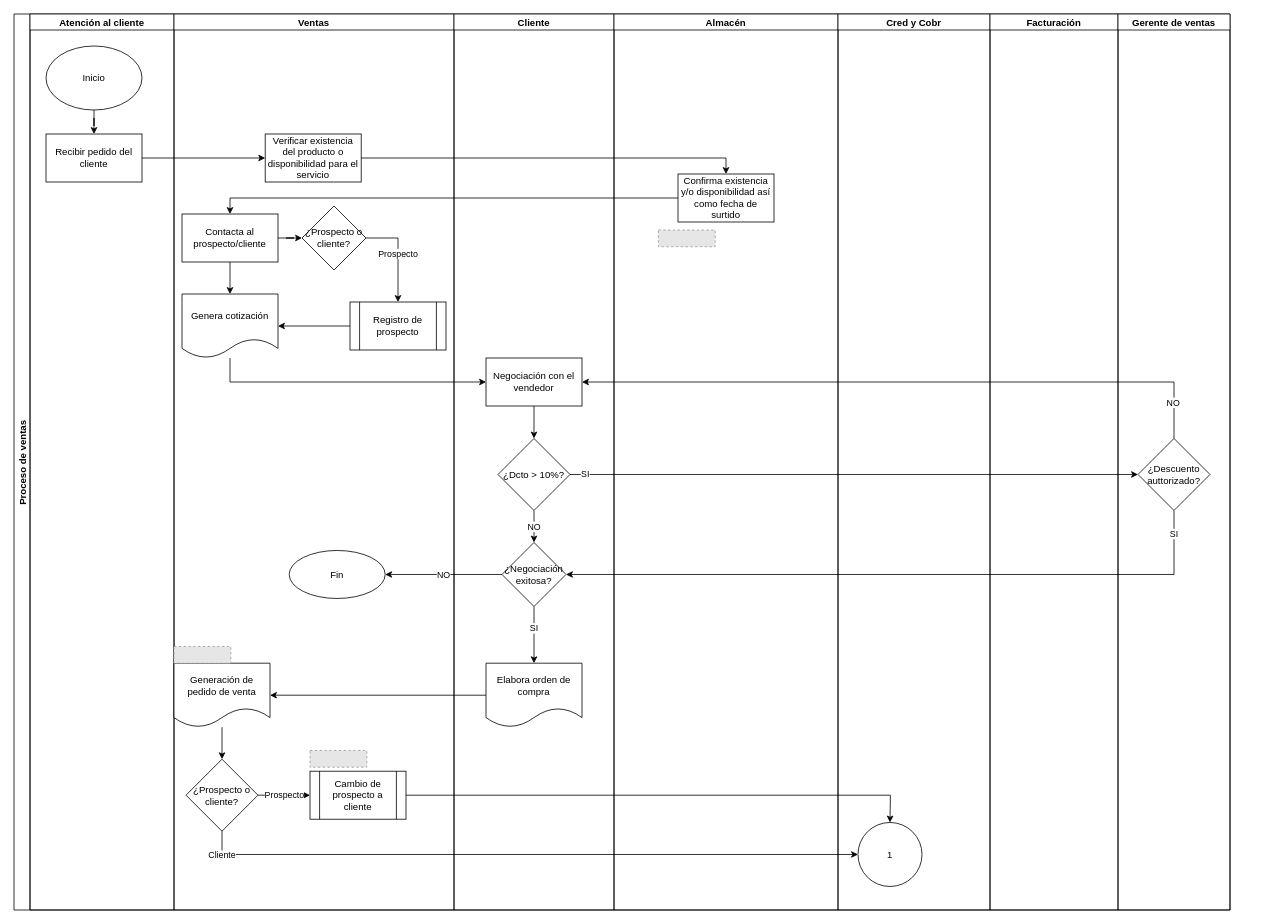
Before: page "Page-1" (1 of 2) of 172285_Arandia_Proceso ventas (adaptado).drawio.drawio in FerAran/Flowchart, a draw.io diagram. Source tidied: cells renumbered, new cells numbered last; positions are measured from the earlier drawing's top-left corner, leaving out a move shared by most shapes. Both pictures are drawn from the tidied source at 80%, with x=0, y=0 at pixel (14, 14). Pictures stored in the file or linked from it are replaced by grey dashed boxes.
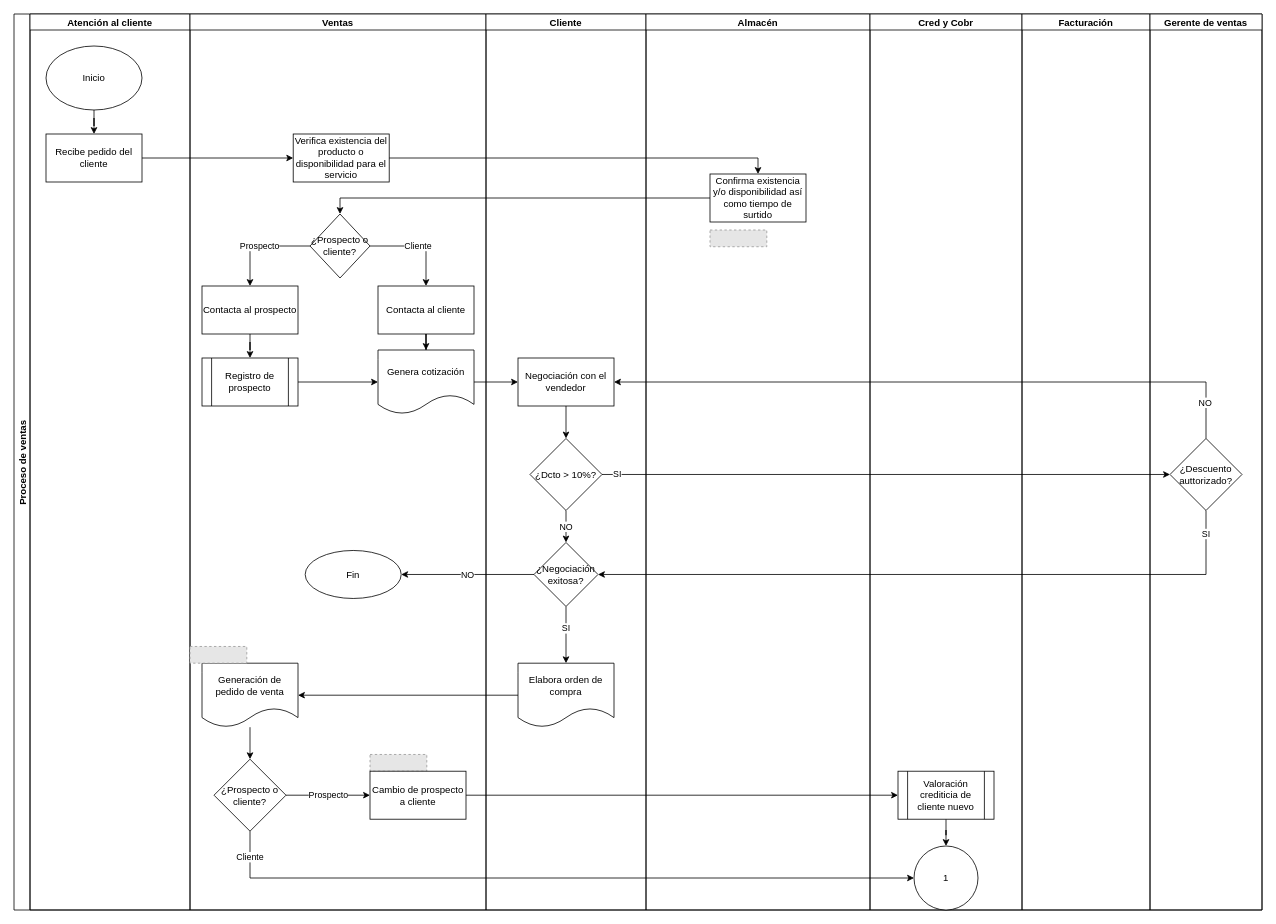
The same diagram, later.

The change refers to these unchanged cells:
```xml
<mxCell id="26" value="Negociación con el vendedor" style="whiteSpace=wrap;html=1;" parent="25" vertex="1">
  <mxGeometry x="40" y="430" width="120" height="60" as="geometry" />
</mxCell>
<mxCell id="29" value="¿Negociación exitosa?" style="rhombus;whiteSpace=wrap;html=1;" parent="25" vertex="1">
  <mxGeometry x="60" y="660.6" width="80" height="80" as="geometry" />
</mxCell>
<mxCell id="48" value="¿Descuento auttorizado?" style="rhombus;whiteSpace=wrap;html=1;" parent="47" vertex="1">
  <mxGeometry x="25" y="530.6" width="90" height="90" as="geometry" />
</mxCell>
```

What changed in the source:
```diff
@@
     <mxCell id="2" value="Proceso de ventas" style="swimlane;startSize=20;horizontal=0;" parent="1" vertex="1">
-      <mxGeometry width="1520" height="1120" as="geometry" />
+      <mxGeometry width="1560" height="1120" as="geometry" />
     </mxCell>
     <mxCell id="3" value="Atención al cliente" style="swimlane;startSize=20;" parent="2" vertex="1">
-      <mxGeometry x="20" width="180" height="1120" as="geometry" />
+      <mxGeometry x="20" width="200" height="1120" as="geometry" />
     </mxCell>
@@
-    <mxCell id="5" value="Recibir pedido del cliente" style="whiteSpace=wrap;html=1;" parent="3" vertex="1">
+    <mxCell id="5" value="Recibe pedido del cliente" style="whiteSpace=wrap;html=1;" parent="3" vertex="1">
       <mxGeometry x="20" y="150" width="120" height="60" as="geometry" />
     </mxCell>
@@
     <mxCell id="7" value="Ventas" style="swimlane;startSize=20;" parent="2" vertex="1">
-      <mxGeometry x="200" width="350" height="1120" as="geometry" />
+      <mxGeometry x="220" width="370" height="1120" as="geometry" />
     </mxCell>
     <mxCell id="8" value="Genera cotización" style="shape=document;whiteSpace=wrap;html=1;boundedLbl=1;" parent="7" vertex="1">
-      <mxGeometry x="10" y="350" width="120" height="80" as="geometry" />
+      <mxGeometry x="235" y="420" width="120" height="80" as="geometry" />
     </mxCell>
@@
     <mxCell id="10" value="Generación de pedido de venta" style="shape=document;whiteSpace=wrap;html=1;boundedLbl=1;" parent="7" vertex="1">
-      <mxGeometry y="811.5" width="120" height="80" as="geometry" />
+      <mxGeometry x="15" y="811.5" width="120" height="80" as="geometry" />
     </mxCell>
+    <mxCell id="55" value="Cliente" style="edgeStyle=orthogonalEdgeStyle;rounded=0;jettySize=auto;html=1;" parent="7" edge="1" source="11" target="59">
+      <mxGeometry relative="1" as="geometry" />
+    </mxCell>
+    <mxCell id="14" value="Prospecto" style="edgeStyle=orthogonalEdgeStyle;rounded=0;jettySize=auto;html=1;" parent="7" edge="1" source="11" target="57">
+      <mxGeometry relative="1" as="geometry" />
+    </mxCell>
     <mxCell id="11" value="¿Prospecto o cliente?" style="rhombus;whiteSpace=wrap;html=1;" parent="7" vertex="1">
-      <mxGeometry x="160" y="240" width="80" height="80" as="geometry" />
+      <mxGeometry x="150" y="250" width="75" height="80" as="geometry" />
     </mxCell>
-    <mxCell id="12" style="edgeStyle=orthogonalEdgeStyle;rounded=0;jettySize=auto;html=1;" parent="7" edge="1" source="13" target="8">
-      <mxGeometry relative="1" as="geometry" />
-    </mxCell>
-    <mxCell id="13" value="Registro de prospecto" style="shape=process;whiteSpace=wrap;html=1;backgroundOutline=1;" parent="7" vertex="1">
-      <mxGeometry x="220" y="360" width="120" height="60" as="geometry" />
-    </mxCell>
-    <mxCell id="14" value="Prospecto" style="edgeStyle=orthogonalEdgeStyle;rounded=0;jettySize=auto;html=1;exitX=1;exitY=0.5;exitDx=0;exitDy=0;" parent="7" edge="1" source="11" target="13">
-      <mxGeometry relative="1" as="geometry" />
-    </mxCell>
     <mxCell id="15" style="fillColor=#E6E6E6;strokeColor=#999999;dashed=1;verticalLabelPosition=bottom;labelBackgroundColor=default;verticalAlign=top;" parent="7" vertex="1">
-      <mxGeometry x="170" y="920.6" width="71" height="20.9" as="geometry" />
+      <mxGeometry x="225" y="925.6" width="71" height="20.9" as="geometry" />
     </mxCell>
-    <mxCell id="16" style="edgeStyle=orthogonalEdgeStyle;rounded=0;jettySize=auto;html=1;" parent="7" edge="1" source="18" target="11">
-      <mxGeometry relative="1" as="geometry" />
-    </mxCell>
-    <mxCell id="17" style="edgeStyle=orthogonalEdgeStyle;rounded=0;jettySize=auto;html=1;" parent="7" edge="1" source="18" target="8">
-      <mxGeometry relative="1" as="geometry" />
-    </mxCell>
-    <mxCell id="18" value="Contacta al prospecto/cliente" style="whiteSpace=wrap;html=1;" parent="7" vertex="1">
-      <mxGeometry x="10" y="250" width="120" height="60" as="geometry" />
-    </mxCell>
-    <mxCell id="19" value="Verificar existencia del producto o disponibilidad para el servicio" style="whiteSpace=wrap;html=1;" parent="7" vertex="1">
-      <mxGeometry x="114" y="150" width="120" height="60" as="geometry" />
+    <mxCell id="19" value="Verifica existencia del producto o disponibilidad para el servicio" style="whiteSpace=wrap;html=1;" parent="7" vertex="1">
+      <mxGeometry x="129" y="150" width="120" height="60" as="geometry" />
     </mxCell>
@@
-    <mxCell id="21" value="Prospecto" style="edgeStyle=orthogonalEdgeStyle;rounded=0;jettySize=auto;html=1;" parent="7" edge="1" source="22" target="23">
+    <mxCell id="21" value="Prospecto" style="edgeStyle=orthogonalEdgeStyle;rounded=0;jettySize=auto;html=1;entryX=0;entryY=0.5;entryDx=0;entryDy=0;" parent="7" edge="1" source="22" target="23">
       <mxGeometry relative="1" as="geometry" />
     </mxCell>
     <mxCell id="22" value="¿Prospecto o cliente?" style="rhombus;whiteSpace=wrap;html=1;" parent="7" vertex="1">
-      <mxGeometry x="15" y="931.5" width="90" height="90" as="geometry" />
+      <mxGeometry x="30" y="931.5" width="90" height="90" as="geometry" />
     </mxCell>
+    <mxCell id="24" style="fillColor=#E6E6E6;strokeColor=#999999;dashed=1;verticalLabelPosition=bottom;labelBackgroundColor=default;verticalAlign=top;" parent="7" vertex="1">
+      <mxGeometry y="790.6" width="71" height="20.9" as="geometry" />
+    </mxCell>
+    <mxCell id="56" style="edgeStyle=orthogonalEdgeStyle;rounded=0;jettySize=auto;html=1;" parent="7" edge="1" source="57" target="13">
+      <mxGeometry relative="1" as="geometry" />
+    </mxCell>
+    <mxCell id="57" value="Contacta al prospecto" style="whiteSpace=wrap;html=1;" parent="7" vertex="1">
+      <mxGeometry x="15" y="340" width="120" height="60" as="geometry" />
+    </mxCell>
+    <mxCell id="58" style="edgeStyle=orthogonalEdgeStyle;rounded=0;jettySize=auto;html=1;" parent="7" edge="1" source="59" target="8">
+      <mxGeometry relative="1" as="geometry" />
+    </mxCell>
+    <mxCell id="59" value="Contacta al cliente" style="whiteSpace=wrap;html=1;" parent="7" vertex="1">
+      <mxGeometry x="235" y="340" width="120" height="60" as="geometry" />
+    </mxCell>
+    <mxCell id="13" value="Registro de prospecto" style="shape=process;whiteSpace=wrap;html=1;backgroundOutline=1;" parent="7" vertex="1">
+      <mxGeometry x="15" y="430" width="120" height="60" as="geometry" />
+    </mxCell>
+    <mxCell id="12" style="edgeStyle=orthogonalEdgeStyle;rounded=0;jettySize=auto;html=1;" parent="7" edge="1" source="13" target="8">
+      <mxGeometry relative="1" as="geometry" />
+    </mxCell>
-    <mxCell id="23" value="Cambio de prospecto a cliente" style="shape=process;whiteSpace=wrap;html=1;backgroundOutline=1;" parent="7" vertex="1">
-      <mxGeometry x="170" y="946.5" width="120" height="60" as="geometry" />
+    <mxCell id="23" value="&lt;span style=&quot;&quot;&gt;Cambio de prospecto a cliente&lt;/span&gt;" style="rounded=0;whiteSpace=wrap;html=1;" parent="7" vertex="1">
+      <mxGeometry x="225" y="946.5" width="120" height="60" as="geometry" />
     </mxCell>
-    <mxCell id="24" style="fillColor=#E6E6E6;strokeColor=#999999;dashed=1;verticalLabelPosition=bottom;labelBackgroundColor=default;verticalAlign=top;" parent="7" vertex="1">
-      <mxGeometry y="790.6" width="71" height="20.9" as="geometry" />
-    </mxCell>
     <mxCell id="25" value="Cliente" style="swimlane;startSize=20;" parent="2" vertex="1">
-      <mxGeometry x="550" width="200" height="1120" as="geometry" />
+      <mxGeometry x="590" width="200" height="1120" as="geometry" />
     </mxCell>
@@
-    <mxCell id="36" value="Cliente" style="edgeStyle=orthogonalEdgeStyle;rounded=0;jettySize=auto;html=1;entryX=0;entryY=0.5;entryDx=0;entryDy=0;exitX=0.5;exitY=1;exitDx=0;exitDy=0;" parent="2" edge="1" source="22">
+    <mxCell id="36" value="Cliente" style="edgeStyle=orthogonalEdgeStyle;rounded=0;jettySize=auto;html=1;exitX=0.5;exitY=1;exitDx=0;exitDy=0;entryX=0;entryY=0.5;entryDx=0;entryDy=0;" parent="2" edge="1" source="22" target="45">
       <mxGeometry x="-0.93" relative="1" as="geometry">
-        <mxPoint x="1055" y="1050.6" as="targetPoint" />
         <Array as="points">
-          <mxPoint x="260" y="1050.6" />
-          <mxPoint x="1055" y="1050.6" />
+          <mxPoint x="295" y="1080" />
         </Array>
         <mxPoint y="1" as="offset" />
       </mxGeometry>
     </mxCell>
-    <mxCell id="37" style="edgeStyle=orthogonalEdgeStyle;rounded=0;jettySize=auto;html=1;exitX=1;exitY=0.5;exitDx=0;exitDy=0;entryX=0.5;entryY=0;entryDx=0;entryDy=0;" parent="2" edge="1" source="23">
-      <mxGeometry relative="1" as="geometry">
-        <mxPoint x="1095" y="1010.6" as="targetPoint" />
-      </mxGeometry>
-    </mxCell>
@@
     <mxCell id="40" value="SI" style="edgeStyle=orthogonalEdgeStyle;rounded=0;jettySize=auto;html=1;entryX=1;entryY=0.5;entryDx=0;entryDy=0;exitX=0.5;exitY=1;exitDx=0;exitDy=0;" parent="2" edge="1" source="48" target="29">
       <mxGeometry x="-0.93" relative="1" as="geometry">
         <Array as="points">
-          <mxPoint x="1450" y="701" />
+          <mxPoint x="1490" y="701" />
         </Array>
       </mxGeometry>
     </mxCell>
     <mxCell id="41" value="Almacén" style="swimlane;startSize=20;" parent="2" vertex="1">
-      <mxGeometry x="750" width="280" height="1120" as="geometry" />
+      <mxGeometry x="790" width="280" height="1120" as="geometry" />
     </mxCell>
-    <mxCell id="42" value="Confirma existencia y/o disponibilidad así como fecha de surtido" style="whiteSpace=wrap;html=1;" parent="41" vertex="1">
+    <mxCell id="42" value="Confirma existencia y/o disponibilidad así como tiempo de surtido" style="whiteSpace=wrap;html=1;" parent="41" vertex="1">
       <mxGeometry x="80" y="200" width="120" height="60" as="geometry" />
     </mxCell>
     <mxCell id="43" style="fillColor=#E6E6E6;strokeColor=#999999;dashed=1;verticalLabelPosition=bottom;labelBackgroundColor=default;verticalAlign=top;" parent="41" vertex="1">
-      <mxGeometry x="55.5" y="270" width="71" height="20.9" as="geometry" />
+      <mxGeometry x="80" y="270" width="71" height="20.9" as="geometry" />
     </mxCell>
     <mxCell id="44" value="Cred y Cobr" style="swimlane;startSize=20;" parent="2" vertex="1">
-      <mxGeometry x="1030" width="190" height="1120" as="geometry" />
+      <mxGeometry x="1070" width="190" height="1120" as="geometry" />
     </mxCell>
     <mxCell id="45" value="1" style="ellipse;whiteSpace=wrap;html=1;" parent="44" vertex="1">
-      <mxGeometry x="25" y="1010.6" width="80" height="80" as="geometry" />
+      <mxGeometry x="55" y="1040" width="80" height="80" as="geometry" />
     </mxCell>
+    <mxCell id="60" style="edgeStyle=orthogonalEdgeStyle;rounded=0;jettySize=auto;html=1;" parent="44" edge="1" source="61" target="45">
+      <mxGeometry relative="1" as="geometry" />
+    </mxCell>
+    <mxCell id="61" value="Valoración crediticia de cliente nuevo" style="shape=process;whiteSpace=wrap;html=1;backgroundOutline=1;rounded=0;" parent="44" vertex="1">
+      <mxGeometry x="35" y="946.5" width="120" height="60" as="geometry" />
+    </mxCell>
     <mxCell id="46" value="Facturación" style="swimlane;startSize=20;" parent="2" vertex="1">
-      <mxGeometry x="1220" width="160" height="1120" as="geometry" />
+      <mxGeometry x="1260" width="160" height="1120" as="geometry" />
     </mxCell>
     <mxCell id="47" value="Gerente de ventas" style="swimlane;startSize=20;" parent="2" vertex="1">
-      <mxGeometry x="1380" width="140" height="1120" as="geometry" />
+      <mxGeometry x="1420" width="140" height="1120" as="geometry" />
     </mxCell>
@@
     <mxCell id="49" style="edgeStyle=orthogonalEdgeStyle;rounded=0;jettySize=auto;html=1;exitX=1;exitY=0.5;exitDx=0;exitDy=0;entryX=0.5;entryY=0;entryDx=0;entryDy=0;" parent="2" edge="1" source="19" target="42">
       <mxGeometry relative="1" as="geometry">
         <Array as="points">
-          <mxPoint x="890" y="180" />
+          <mxPoint x="930" y="180" />
         </Array>
       </mxGeometry>
     </mxCell>
@@
-    <mxCell id="51" style="edgeStyle=orthogonalEdgeStyle;rounded=0;jettySize=auto;html=1;exitX=0;exitY=0.5;exitDx=0;exitDy=0;entryX=0.5;entryY=0;entryDx=0;entryDy=0;" parent="2" edge="1" source="42" target="18">
+    <mxCell id="51" style="edgeStyle=orthogonalEdgeStyle;rounded=0;jettySize=auto;html=1;exitX=0;exitY=0.5;exitDx=0;exitDy=0;entryX=0.5;entryY=0;entryDx=0;entryDy=0;" parent="2" edge="1" source="42" target="11">
       <mxGeometry relative="1" as="geometry" />
     </mxCell>
-    <mxCell id="52" style="edgeStyle=orthogonalEdgeStyle;rounded=0;jettySize=auto;html=1;entryX=0;entryY=0.5;entryDx=0;entryDy=0;" parent="2" edge="1" source="8" target="26">
-      <mxGeometry relative="1" as="geometry">
-        <Array as="points">
-          <mxPoint x="270" y="460" />
-        </Array>
-      </mxGeometry>
-    </mxCell>
     <mxCell id="53" style="edgeStyle=orthogonalEdgeStyle;rounded=0;jettySize=auto;html=1;entryX=1;entryY=0.5;entryDx=0;entryDy=0;exitX=0.5;exitY=0;exitDx=0;exitDy=0;" parent="2" edge="1" source="48" target="26">
       <mxGeometry relative="1" as="geometry">
         <Array as="points">
-          <mxPoint x="1450" y="460" />
+          <mxPoint x="1490" y="460" />
         </Array>
       </mxGeometry>
     </mxCell>
@@
+    <mxCell id="52" style="edgeStyle=orthogonalEdgeStyle;rounded=0;jettySize=auto;html=1;" parent="2" edge="1" source="8" target="26">
+      <mxGeometry relative="1" as="geometry" />
+    </mxCell>
+    <mxCell id="62" style="edgeStyle=orthogonalEdgeStyle;rounded=0;jettySize=auto;html=1;" parent="2" edge="1" source="23" target="61">
+      <mxGeometry relative="1" as="geometry" />
+    </mxCell>
```
